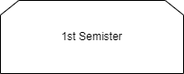
The draw.io diagram Study_Line.drawio.png in PoohaChoi/PoohaChoi, before a commit. Source tidied: cells renumbered, new cells last; positions are measured from the earlier drawing's top-left corner, leaving out a move shared by most shapes.
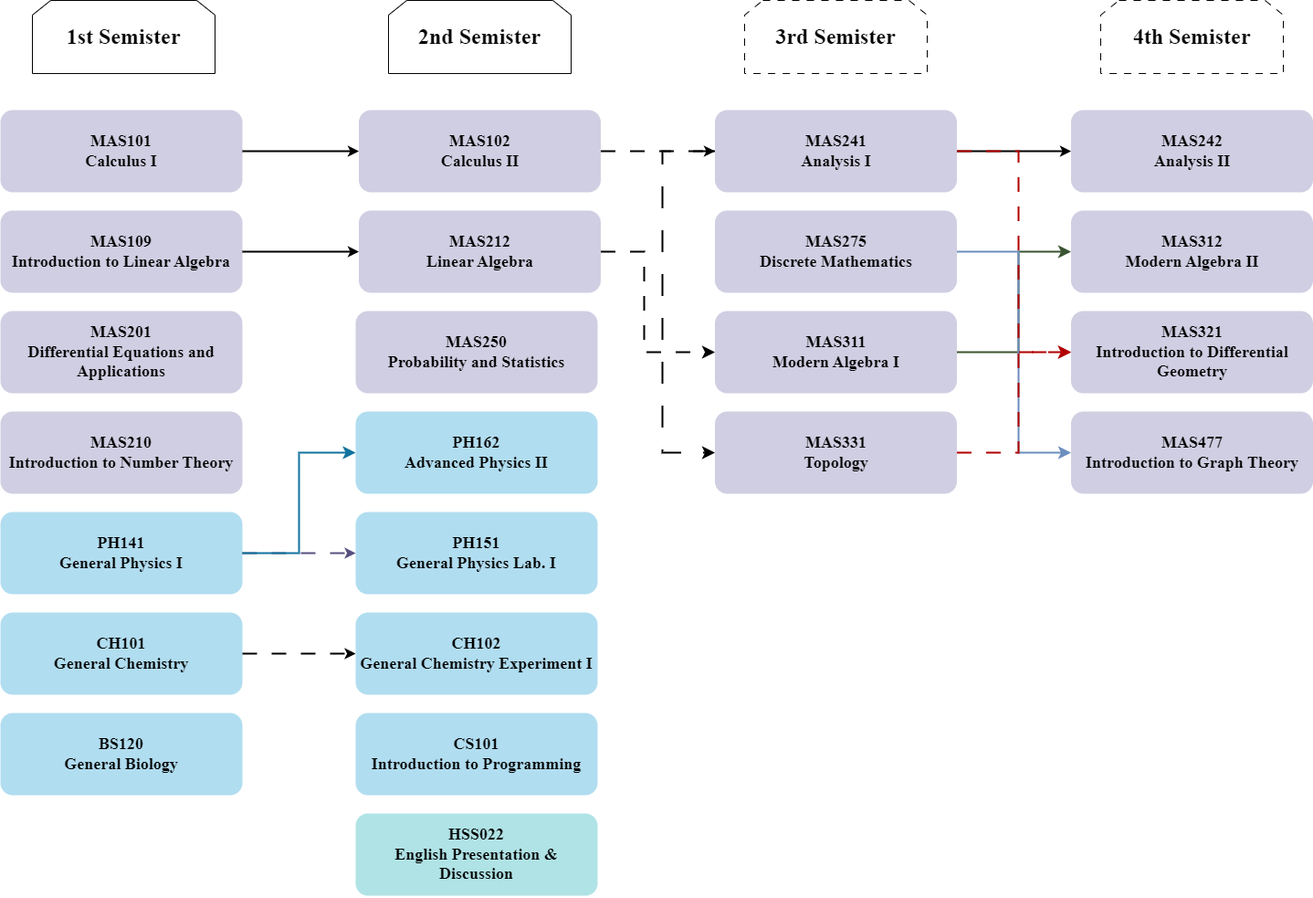
After the change.

What changed in the source:
```diff
@@ -2,8 +2,153 @@
   <root>
     <mxCell id="0" />
     <mxCell id="1" parent="0" />
-    <mxCell id="2" value="1st Semister" style="shape=loopLimit;whiteSpace=wrap;html=1;" parent="1" vertex="1">
+    <mxCell id="2" value="&lt;h1&gt;&lt;font face=&quot;Times New Roman&quot;&gt;1st Semister&lt;/font&gt;&lt;/h1&gt;" style="shape=loopLimit;whiteSpace=wrap;html=1;" parent="1" vertex="1">
       <mxGeometry width="200" height="80" as="geometry" />
     </mxCell>
+    <mxCell id="3" value="&lt;h2&gt;&lt;font face=&quot;Times New Roman&quot;&gt;MAS101&lt;br&gt;&lt;/font&gt;&lt;font face=&quot;Times New Roman&quot;&gt;Calculus I&lt;/font&gt;&lt;/h2&gt;" style="rounded=1;whiteSpace=wrap;html=1;fillColor=#d0cee2;strokeColor=none;gradientColor=none;" parent="1" vertex="1">
+      <mxGeometry x="-35" y="120" width="265" height="90" as="geometry" />
+    </mxCell>
+    <mxCell id="4" value="&lt;h2&gt;&lt;font face=&quot;Times New Roman&quot;&gt;MAS102&lt;br&gt;&lt;/font&gt;&lt;font face=&quot;Times New Roman&quot;&gt;Calculus II&lt;/font&gt;&lt;/h2&gt;" style="rounded=1;whiteSpace=wrap;html=1;fillColor=#d0cee2;strokeColor=none;gradientColor=none;" parent="1" vertex="1">
+      <mxGeometry x="357.5" y="120" width="265" height="90" as="geometry" />
+    </mxCell>
+    <mxCell id="5" value="&lt;h1&gt;&lt;font face=&quot;Times New Roman&quot;&gt;2nd Semister&lt;/font&gt;&lt;/h1&gt;" style="shape=loopLimit;whiteSpace=wrap;html=1;" parent="1" vertex="1">
+      <mxGeometry x="390" width="200" height="80" as="geometry" />
+    </mxCell>
+    <mxCell id="6" value="&lt;h2&gt;&lt;font face=&quot;Times New Roman&quot;&gt;MAS109&lt;br&gt;Introduction to Linear Algebra&lt;/font&gt;&lt;/h2&gt;" style="rounded=1;whiteSpace=wrap;html=1;fillColor=#d0cee2;strokeColor=none;gradientColor=none;" parent="1" vertex="1">
+      <mxGeometry x="-35" y="230" width="265" height="90" as="geometry" />
+    </mxCell>
+    <mxCell id="7" value="&lt;h2&gt;&lt;font face=&quot;Times New Roman&quot;&gt;MAS201&lt;br&gt;Differential Equations and Applications&lt;/font&gt;&lt;/h2&gt;" style="rounded=1;whiteSpace=wrap;html=1;fillColor=#d0cee2;strokeColor=none;gradientColor=none;" parent="1" vertex="1">
+      <mxGeometry x="-35" y="340" width="265" height="90" as="geometry" />
+    </mxCell>
+    <mxCell id="8" value="&lt;h2&gt;&lt;font face=&quot;Times New Roman&quot;&gt;MAS210&lt;br&gt;Introduction to Number Theory&lt;/font&gt;&lt;/h2&gt;" style="rounded=1;whiteSpace=wrap;html=1;fillColor=#d0cee2;strokeColor=none;gradientColor=none;" parent="1" vertex="1">
+      <mxGeometry x="-35" y="450" width="265" height="90" as="geometry" />
+    </mxCell>
+    <mxCell id="9" style="endArrow=classic;html=1;rounded=0;exitX=1;exitY=0.5;exitDx=0;exitDy=0;entryX=0;entryY=0.5;entryDx=0;entryDy=0;strokeWidth=2;" parent="1" edge="1" source="3" target="4">
+      <mxGeometry relative="1" as="geometry" />
+    </mxCell>
+    <mxCell id="10" value="&lt;h2&gt;&lt;font face=&quot;Times New Roman&quot;&gt;MAS212&lt;br&gt;Linear Algebra&lt;/font&gt;&lt;/h2&gt;" style="rounded=1;whiteSpace=wrap;html=1;fillColor=#d0cee2;strokeColor=none;gradientColor=none;" parent="1" vertex="1">
+      <mxGeometry x="357.5" y="230" width="265" height="90" as="geometry" />
+    </mxCell>
+    <mxCell id="11" style="endArrow=classic;html=1;rounded=0;exitX=1;exitY=0.5;exitDx=0;exitDy=0;entryX=0;entryY=0.5;entryDx=0;entryDy=0;strokeWidth=2;" parent="1" edge="1" source="6" target="10">
+      <mxGeometry relative="1" as="geometry" />
+    </mxCell>
+    <mxCell id="12" value="&lt;h2&gt;&lt;font face=&quot;Times New Roman&quot;&gt;MAS250&lt;br&gt;Probability and Statistics&lt;/font&gt;&lt;/h2&gt;" style="rounded=1;whiteSpace=wrap;html=1;fillColor=#d0cee2;strokeColor=none;gradientColor=none;" parent="1" vertex="1">
+      <mxGeometry x="354" y="340" width="265" height="90" as="geometry" />
+    </mxCell>
+    <mxCell id="13" value="&lt;h2&gt;&lt;font face=&quot;Times New Roman&quot;&gt;PH141&lt;br&gt;General Physics I&lt;/font&gt;&lt;/h2&gt;" style="rounded=1;whiteSpace=wrap;html=1;fillColor=#b1ddf0;strokeColor=none;" parent="1" vertex="1">
+      <mxGeometry x="-35" y="560" width="265" height="90" as="geometry" />
+    </mxCell>
+    <mxCell id="14" value="&lt;h2&gt;&lt;font face=&quot;Times New Roman&quot;&gt;CH101&lt;br&gt;General Chemistry&lt;/font&gt;&lt;/h2&gt;" style="rounded=1;whiteSpace=wrap;html=1;fillColor=#b1ddf0;strokeColor=none;" parent="1" vertex="1">
+      <mxGeometry x="-35" y="670" width="265" height="90" as="geometry" />
+    </mxCell>
+    <mxCell id="15" value="&lt;h2&gt;&lt;font face=&quot;Times New Roman&quot;&gt;BS120&lt;br&gt;General Biology&lt;/font&gt;&lt;/h2&gt;" style="rounded=1;whiteSpace=wrap;html=1;fillColor=#b1ddf0;strokeColor=none;" parent="1" vertex="1">
+      <mxGeometry x="-35" y="780" width="265" height="90" as="geometry" />
+    </mxCell>
+    <mxCell id="16" value="&lt;h2&gt;&lt;font face=&quot;Times New Roman&quot;&gt;PH162&lt;br&gt;Advanced Physics II&lt;/font&gt;&lt;/h2&gt;" style="rounded=1;whiteSpace=wrap;html=1;fillColor=#b1ddf0;strokeColor=none;" parent="1" vertex="1">
+      <mxGeometry x="354" y="450" width="265" height="90" as="geometry" />
+    </mxCell>
+    <mxCell id="17" value="&lt;h2&gt;&lt;font face=&quot;Times New Roman&quot;&gt;PH151&lt;br&gt;General Physics Lab. I&lt;/font&gt;&lt;/h2&gt;" style="rounded=1;whiteSpace=wrap;html=1;fillColor=#b1ddf0;strokeColor=none;" parent="1" vertex="1">
+      <mxGeometry x="354" y="560" width="265" height="90" as="geometry" />
+    </mxCell>
+    <mxCell id="18" style="endArrow=classic;html=1;rounded=0;exitX=1;exitY=0.5;exitDx=0;exitDy=0;entryX=0;entryY=0.5;entryDx=0;entryDy=0;dashed=1;dashPattern=8 8;strokeWidth=2;fillColor=#d0cee2;strokeColor=#56517e;" parent="1" edge="1" source="13" target="17">
+      <mxGeometry relative="1" as="geometry" />
+    </mxCell>
+    <mxCell id="19" style="edgeStyle=elbowEdgeStyle;elbow=horizontal;endArrow=classic;html=1;curved=0;rounded=0;endSize=8;startSize=8;exitX=1;exitY=0.5;exitDx=0;exitDy=0;entryX=0;entryY=0.5;entryDx=0;entryDy=0;strokeWidth=2;fillColor=#b1ddf0;strokeColor=#10739e;" parent="1" edge="1" source="13" target="16">
+      <mxGeometry relative="1" as="geometry">
+        <Array as="points">
+          <mxPoint x="292" y="530" />
+        </Array>
+      </mxGeometry>
+    </mxCell>
+    <mxCell id="20" value="&lt;h2&gt;&lt;font face=&quot;Times New Roman&quot;&gt;CH102&lt;br&gt;General Chemistry Experiment I&lt;/font&gt;&lt;/h2&gt;" style="rounded=1;whiteSpace=wrap;html=1;fillColor=#b1ddf0;strokeColor=none;" parent="1" vertex="1">
+      <mxGeometry x="354" y="670" width="265" height="90" as="geometry" />
+    </mxCell>
+    <mxCell id="21" style="endArrow=classic;html=1;rounded=0;exitX=1;exitY=0.5;exitDx=0;exitDy=0;entryX=0;entryY=0.5;entryDx=0;entryDy=0;dashed=1;dashPattern=8 8;strokeWidth=2;" parent="1" edge="1" source="14" target="20">
+      <mxGeometry relative="1" as="geometry" />
+    </mxCell>
+    <mxCell id="22" value="&lt;h2&gt;&lt;font face=&quot;Times New Roman&quot;&gt;CS101&lt;br&gt;Introduction to Programming&lt;/font&gt;&lt;/h2&gt;" style="rounded=1;whiteSpace=wrap;html=1;fillColor=#b1ddf0;strokeColor=none;" parent="1" vertex="1">
+      <mxGeometry x="354" y="780" width="265" height="90" as="geometry" />
+    </mxCell>
+    <mxCell id="23" value="&lt;h2&gt;&lt;font face=&quot;Times New Roman&quot;&gt;HSS022&lt;br&gt;English Presentation &amp;amp; Discussion&lt;/font&gt;&lt;/h2&gt;" style="rounded=1;whiteSpace=wrap;html=1;fillColor=#b0e3e6;strokeColor=none;" parent="1" vertex="1">
+      <mxGeometry x="354" y="890" width="265" height="90" as="geometry" />
+    </mxCell>
+    <mxCell id="24" value="&lt;h1&gt;&lt;font face=&quot;Times New Roman&quot;&gt;3rd Semister&lt;/font&gt;&lt;/h1&gt;" style="shape=loopLimit;whiteSpace=wrap;html=1;dashed=1;dashPattern=8 8;" parent="1" vertex="1">
+      <mxGeometry x="780" width="200" height="80" as="geometry" />
+    </mxCell>
+    <mxCell id="25" value="&lt;h2&gt;&lt;font face=&quot;Times New Roman&quot;&gt;MAS241&lt;br&gt;Analysis I&lt;/font&gt;&lt;/h2&gt;" style="rounded=1;whiteSpace=wrap;html=1;fillColor=#d0cee2;strokeColor=none;gradientColor=none;" parent="1" vertex="1">
+      <mxGeometry x="747.5" y="120" width="265" height="90" as="geometry" />
+    </mxCell>
+    <mxCell id="26" value="&lt;h2&gt;&lt;font face=&quot;Times New Roman&quot;&gt;MAS275&lt;br&gt;Discrete Mathematics&lt;/font&gt;&lt;/h2&gt;" style="rounded=1;whiteSpace=wrap;html=1;fillColor=#d0cee2;strokeColor=none;gradientColor=none;" parent="1" vertex="1">
+      <mxGeometry x="747.5" y="230" width="265" height="90" as="geometry" />
+    </mxCell>
+    <mxCell id="27" value="&lt;h2&gt;&lt;font face=&quot;Times New Roman&quot;&gt;MAS311&lt;br&gt;Modern Algebra I&lt;/font&gt;&lt;/h2&gt;" style="rounded=1;whiteSpace=wrap;html=1;fillColor=#d0cee2;strokeColor=none;gradientColor=none;" parent="1" vertex="1">
+      <mxGeometry x="747.5" y="340" width="265" height="90" as="geometry" />
+    </mxCell>
+    <mxCell id="28" value="&lt;h2&gt;&lt;font face=&quot;Times New Roman&quot;&gt;MAS331&lt;br&gt;Topology&lt;/font&gt;&lt;/h2&gt;" style="rounded=1;whiteSpace=wrap;html=1;fillColor=#d0cee2;strokeColor=none;gradientColor=none;" parent="1" vertex="1">
+      <mxGeometry x="747.5" y="450" width="265" height="90" as="geometry" />
+    </mxCell>
+    <mxCell id="29" style="endArrow=classic;html=1;rounded=0;exitX=1;exitY=0.5;exitDx=0;exitDy=0;entryX=0;entryY=0.5;entryDx=0;entryDy=0;dashed=1;dashPattern=8 8;strokeWidth=2;" parent="1" edge="1" source="4" target="25">
+      <mxGeometry relative="1" as="geometry" />
+    </mxCell>
+    <mxCell id="30" style="edgeStyle=elbowEdgeStyle;elbow=horizontal;endArrow=classic;html=1;curved=0;rounded=0;endSize=8;startSize=8;exitX=1;exitY=0.5;exitDx=0;exitDy=0;entryX=0;entryY=0.5;entryDx=0;entryDy=0;dashed=1;dashPattern=8 8;strokeWidth=2;" parent="1" edge="1" source="10" target="27">
+      <mxGeometry relative="1" as="geometry">
+        <Array as="points">
+          <mxPoint x="670" y="320" />
+        </Array>
+      </mxGeometry>
+    </mxCell>
+    <mxCell id="31" style="edgeStyle=elbowEdgeStyle;elbow=horizontal;endArrow=classic;html=1;curved=0;rounded=0;endSize=8;startSize=8;exitX=0;exitY=0.5;exitDx=0;exitDy=0;entryX=0;entryY=0.5;entryDx=0;entryDy=0;dashed=1;dashPattern=12 12;strokeWidth=2;" parent="1" edge="1" source="25" target="28">
+      <mxGeometry relative="1" as="geometry">
+        <Array as="points">
+          <mxPoint x="690" y="330" />
+        </Array>
+      </mxGeometry>
+    </mxCell>
+    <mxCell id="32" value="&lt;h1&gt;&lt;font face=&quot;Times New Roman&quot;&gt;4th Semister&lt;/font&gt;&lt;/h1&gt;" style="shape=loopLimit;whiteSpace=wrap;html=1;dashed=1;dashPattern=8 8;" parent="1" vertex="1">
+      <mxGeometry x="1170" width="200" height="80" as="geometry" />
+    </mxCell>
+    <mxCell id="33" value="&lt;h2&gt;&lt;font face=&quot;Times New Roman&quot;&gt;MAS242&lt;br&gt;Analysis II&lt;/font&gt;&lt;/h2&gt;" style="rounded=1;whiteSpace=wrap;html=1;fillColor=#d0cee2;strokeColor=none;gradientColor=none;" parent="1" vertex="1">
+      <mxGeometry x="1137.5" y="120" width="265" height="90" as="geometry" />
+    </mxCell>
+    <mxCell id="34" style="endArrow=classic;html=1;rounded=0;exitX=1;exitY=0.5;exitDx=0;exitDy=0;entryX=0;entryY=0.5;entryDx=0;entryDy=0;strokeWidth=2;" parent="1" edge="1" source="25" target="33">
+      <mxGeometry relative="1" as="geometry" />
+    </mxCell>
+    <mxCell id="35" value="&lt;h2&gt;&lt;font face=&quot;Times New Roman&quot;&gt;MAS312&lt;br&gt;Modern Algebra II&lt;/font&gt;&lt;/h2&gt;" style="rounded=1;whiteSpace=wrap;html=1;fillColor=#d0cee2;strokeColor=none;gradientColor=none;" parent="1" vertex="1">
+      <mxGeometry x="1137.5" y="230" width="265" height="90" as="geometry" />
+    </mxCell>
+    <mxCell id="36" style="edgeStyle=elbowEdgeStyle;elbow=horizontal;endArrow=classic;html=1;curved=0;rounded=0;endSize=8;startSize=8;exitX=1;exitY=0.5;exitDx=0;exitDy=0;entryX=0;entryY=0.5;entryDx=0;entryDy=0;fillColor=#6d8764;strokeColor=#3A5431;strokeWidth=2;" parent="1" edge="1" source="27" target="35">
+      <mxGeometry relative="1" as="geometry">
+        <Array as="points">
+          <mxPoint x="1080" y="320" />
+        </Array>
+      </mxGeometry>
+    </mxCell>
+    <mxCell id="37" value="&lt;h2&gt;&lt;font face=&quot;Times New Roman&quot;&gt;MAS321&lt;br&gt;Introduction to Differential Geometry&lt;/font&gt;&lt;/h2&gt;" style="rounded=1;whiteSpace=wrap;html=1;fillColor=#d0cee2;strokeColor=none;gradientColor=none;" parent="1" vertex="1">
+      <mxGeometry x="1137.5" y="340" width="265" height="90" as="geometry" />
+    </mxCell>
+    <mxCell id="38" value="&lt;h2&gt;&lt;font face=&quot;Times New Roman&quot;&gt;MAS477&lt;br&gt;Introduction to Graph Theory&lt;/font&gt;&lt;/h2&gt;" style="rounded=1;whiteSpace=wrap;html=1;fillColor=#d0cee2;strokeColor=none;gradientColor=none;" parent="1" vertex="1">
+      <mxGeometry x="1137.5" y="450" width="265" height="90" as="geometry" />
+    </mxCell>
+    <mxCell id="39" style="edgeStyle=elbowEdgeStyle;elbow=horizontal;endArrow=classic;html=1;curved=0;rounded=0;endSize=8;startSize=8;exitX=1;exitY=0.5;exitDx=0;exitDy=0;entryX=0;entryY=0.5;entryDx=0;entryDy=0;strokeWidth=2;fillColor=#dae8fc;strokeColor=#6c8ebf;" parent="1" edge="1" source="26" target="38">
+      <mxGeometry relative="1" as="geometry">
+        <Array as="points">
+          <mxPoint x="1080" y="390" />
+        </Array>
+      </mxGeometry>
+    </mxCell>
+    <mxCell id="40" style="edgeStyle=elbowEdgeStyle;elbow=horizontal;endArrow=classic;html=1;curved=0;rounded=0;endSize=8;startSize=8;exitX=1;exitY=0.5;exitDx=0;exitDy=0;entryX=0;entryY=0.5;entryDx=0;entryDy=0;dashed=1;dashPattern=8 8;strokeWidth=2;fillColor=#e51400;strokeColor=#B20000;" parent="1" edge="1" source="28" target="37">
+      <mxGeometry relative="1" as="geometry">
+        <Array as="points">
+          <mxPoint x="1080" y="440" />
+        </Array>
+      </mxGeometry>
+    </mxCell>
+    <mxCell id="41" style="edgeStyle=elbowEdgeStyle;elbow=horizontal;endArrow=classic;html=1;curved=0;rounded=0;endSize=8;startSize=8;exitX=1;exitY=0.5;exitDx=0;exitDy=0;entryX=0;entryY=0.5;entryDx=0;entryDy=0;dashed=1;dashPattern=8 8;strokeWidth=2;fillColor=#e51400;strokeColor=#B20000;" parent="1" edge="1" source="25" target="37">
+      <mxGeometry relative="1" as="geometry">
+        <Array as="points">
+          <mxPoint x="1080" y="395" />
+        </Array>
+      </mxGeometry>
+    </mxCell>
   </root>
 </mxGraphModel>
```
